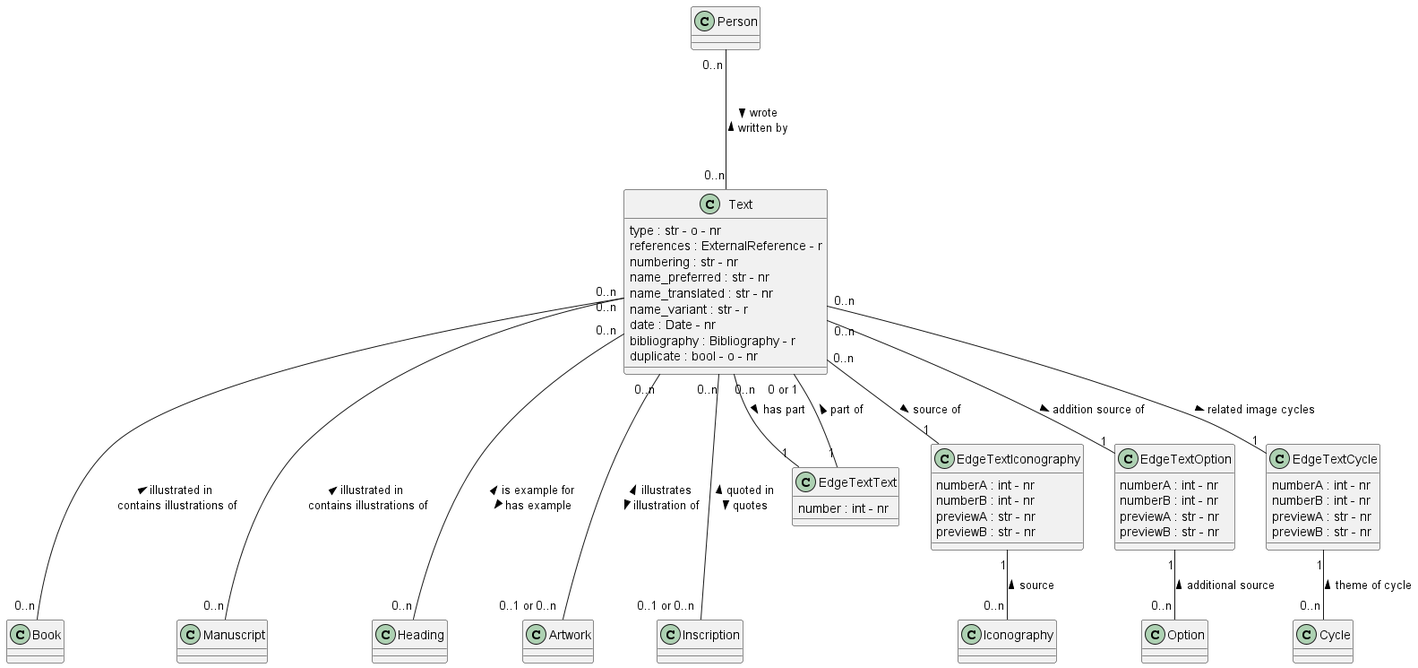
Above: documentation/class_diagrams/Text.png in tmasch/bpf_be (PlantUML), before the change.
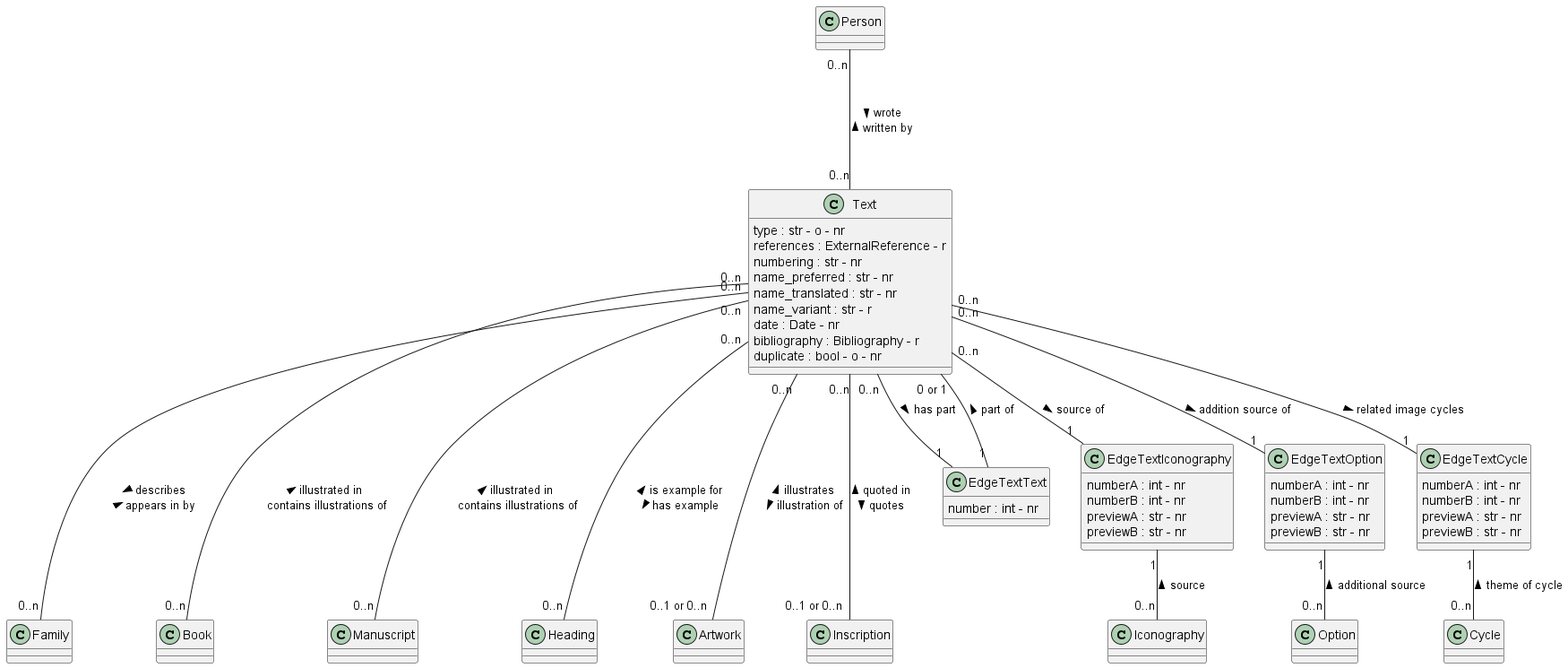
After the change.

Commit message:
Classes Family and Office added

Change to the diagram source:
```diff
@@ -12,6 +12,8 @@
 
 
 class Person
+
+class Family
 
 class Iconography
 
@@ -52,6 +54,8 @@
 
 Person "0..n" --- "0..n" Text : > wrote \n written by <
 
+Text "0..n" --- "0..n" Family : > describes \n appears in by <
+
 Text "0..n" -- "1" EdgeTextText : has part >
 EdgeTextText "1" -- "0 or 1" Text :  part of >
 
```
